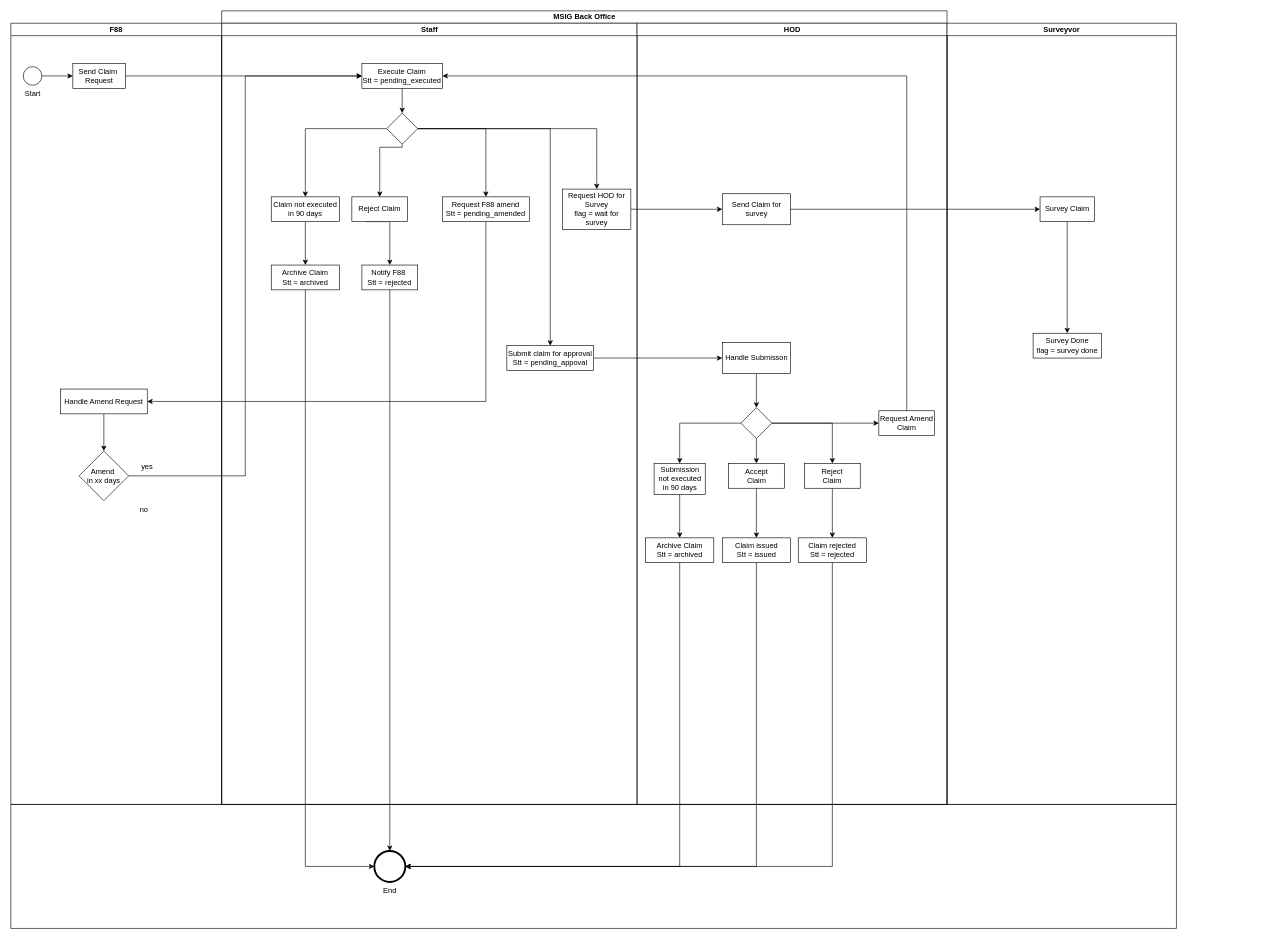
The draw.io diagram Copy of Untitled Diagram.drawio in Chris-25/Book, before the edit. Source tidied: cells renumbered, new cells numbered last; positions are measured from the earlier drawing's top-left corner, leaving out a move shared by most shapes. Both pictures are drawn from the tidied source at 62%, with x=0, y=0 at pixel (11, 11).
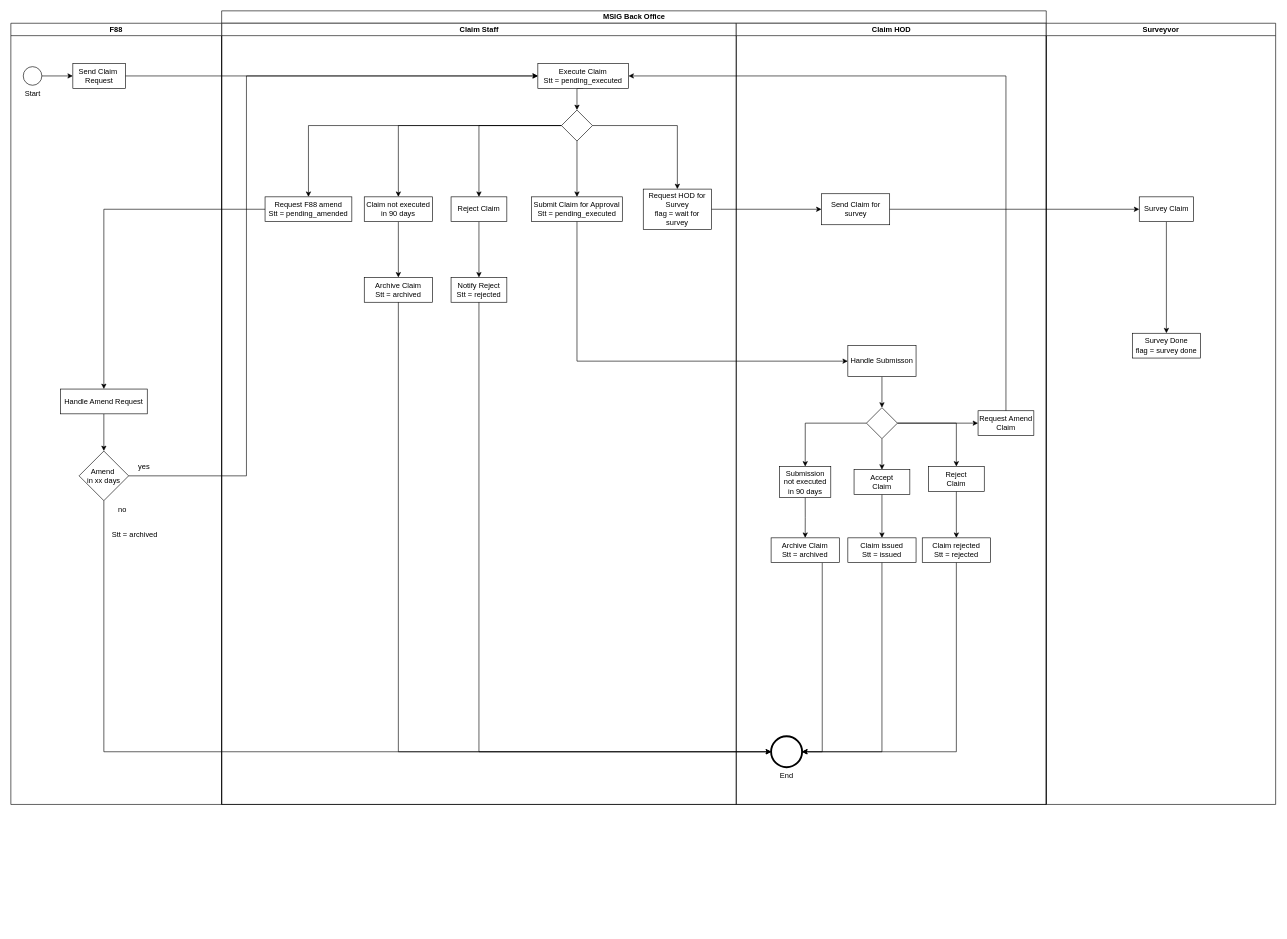
After the change.

Commit message:
Draft Claim

The change refers to these unchanged cells:
```xml
<mxCell id="43" value="F88" style="swimlane;startSize=20;" parent="1" vertex="1">
  <mxGeometry y="20" width="340" height="1260" as="geometry" />
</mxCell>
<mxCell id="48" value="Handle Amend Request" style="rounded=0;whiteSpace=wrap;html=1;" parent="43" vertex="1">
  <mxGeometry x="80" y="590" width="140" height="40" as="geometry" />
</mxCell>
<mxCell id="49" value="Amend&amp;nbsp;&lt;br&gt;in xx days" style="rhombus;whiteSpace=wrap;html=1;" parent="43" vertex="1">
  <mxGeometry x="110" y="690" width="80" height="80" as="geometry" />
</mxCell>
```

What changed in the source:
```diff
@@
     <mxCell id="2" value="MSIG Back Office" style="swimlane;html=1;startSize=20;" parent="1" vertex="1">
-      <mxGeometry x="340" width="1170" height="1280" as="geometry" />
+      <mxGeometry x="340" width="1330" height="1280" as="geometry" />
     </mxCell>
@@
-    <mxCell id="4" style="edgeStyle=orthogonalEdgeStyle;rounded=0;jettySize=auto;html=1;exitX=1;exitY=0.5;exitDx=0;exitDy=0;entryX=0;entryY=0.5;entryDx=0;entryDy=0;" parent="2" edge="1" source="6" target="26">
-      <mxGeometry relative="1" as="geometry" />
-    </mxCell>
-    <mxCell id="5" value="Staff" style="swimlane;html=1;startSize=20;" parent="2" vertex="1">
-      <mxGeometry y="20" width="670" height="1260" as="geometry" />
+    <mxCell id="5" value="Claim Staff" style="swimlane;html=1;startSize=20;" parent="2" vertex="1">
+      <mxGeometry y="20" width="830" height="1260" as="geometry" />
     </mxCell>
-    <mxCell id="6" value="Submit claim for approval&lt;br&gt;Stt = pending_appoval" style="rounded=0;whiteSpace=wrap;html=1;" parent="5" vertex="1">
-      <mxGeometry x="460" y="520" width="140" height="40" as="geometry" />
-    </mxCell>
@@
     <mxCell id="8" value="Execute Claim&lt;br&gt;Stt = pending_executed" style="rounded=0;whiteSpace=wrap;html=1;" parent="5" vertex="1">
-      <mxGeometry x="226.2" y="65" width="130" height="40" as="geometry" />
+      <mxGeometry x="510" y="65" width="146.2" height="40" as="geometry" />
     </mxCell>
@@
+    <mxCell id="12" style="edgeStyle=orthogonalEdgeStyle;rounded=0;jettySize=auto;html=1;entryX=0.5;entryY=0;entryDx=0;entryDy=0;" parent="5" edge="1" source="14" target="21">
+      <mxGeometry relative="1" as="geometry" />
+    </mxCell>
+    <mxCell id="67" style="edgeStyle=orthogonalEdgeStyle;rounded=0;jettySize=auto;html=1;exitX=0.5;exitY=1;exitDx=0;exitDy=0;exitPerimeter=0;entryX=0.5;entryY=0;entryDx=0;entryDy=0;" parent="5" edge="1" source="14" target="69">
+      <mxGeometry relative="1" as="geometry" />
+    </mxCell>
+    <mxCell id="13" style="edgeStyle=orthogonalEdgeStyle;rounded=0;jettySize=auto;html=1;exitX=0;exitY=0.5;exitDx=0;exitDy=0;exitPerimeter=0;entryX=0.5;entryY=0;entryDx=0;entryDy=0;" parent="5" edge="1" source="14" target="22">
+      <mxGeometry relative="1" as="geometry" />
+    </mxCell>
-    <mxCell id="10" style="edgeStyle=orthogonalEdgeStyle;rounded=0;jettySize=auto;html=1;exitX=0.5;exitY=1;exitDx=0;exitDy=0;exitPerimeter=0;entryX=0.5;entryY=0;entryDx=0;entryDy=0;" parent="5" edge="1" source="14" target="18">
-      <mxGeometry relative="1" as="geometry">
-        <Array as="points">
-          <mxPoint x="291" y="200" />
-          <mxPoint x="255" y="200" />
-        </Array>
-      </mxGeometry>
+    <mxCell id="10" style="edgeStyle=orthogonalEdgeStyle;rounded=0;jettySize=auto;html=1;exitX=0;exitY=0.5;exitDx=0;exitDy=0;exitPerimeter=0;entryX=0.5;entryY=0;entryDx=0;entryDy=0;" parent="5" edge="1" source="14" target="18">
+      <mxGeometry relative="1" as="geometry" />
     </mxCell>
-    <mxCell id="11" style="edgeStyle=orthogonalEdgeStyle;rounded=0;jettySize=auto;html=1;exitX=1;exitY=0.5;exitDx=0;exitDy=0;exitPerimeter=0;" parent="5" edge="1" source="14" target="6">
-      <mxGeometry relative="1" as="geometry" />
-    </mxCell>
-    <mxCell id="12" style="edgeStyle=orthogonalEdgeStyle;rounded=0;jettySize=auto;html=1;entryX=0.5;entryY=0;entryDx=0;entryDy=0;" parent="5" edge="1" source="14" target="21">
-      <mxGeometry relative="1" as="geometry" />
-    </mxCell>
-    <mxCell id="13" style="edgeStyle=orthogonalEdgeStyle;rounded=0;jettySize=auto;html=1;exitX=1;exitY=0.5;exitDx=0;exitDy=0;exitPerimeter=0;" parent="5" edge="1" source="14" target="22">
-      <mxGeometry relative="1" as="geometry" />
-    </mxCell>
     <mxCell id="14" style="points=[[0.25,0.25,0],[0.5,0,0],[0.75,0.25,0],[1,0.5,0],[0.75,0.75,0],[0.5,1,0],[0.25,0.75,0],[0,0.5,0]];shape=mxgraph.bpmn.gateway2;html=1;verticalLabelPosition=bottom;labelBackgroundColor=#ffffff;verticalAlign=top;align=center;perimeter=rhombusPerimeter;outlineConnect=0;outline=none;symbol=none;" parent="5" vertex="1">
-      <mxGeometry x="266.2" y="145" width="50" height="50" as="geometry" />
+      <mxGeometry x="548.1" y="140" width="50" height="50" as="geometry" />
     </mxCell>
@@
     <mxCell id="16" value="Claim not executed &lt;br&gt;in 90 days" style="rounded=0;whiteSpace=wrap;html=1;" parent="5" vertex="1">
-      <mxGeometry x="80" y="280" width="110" height="40" as="geometry" />
+      <mxGeometry x="230" y="280" width="110" height="40" as="geometry" />
     </mxCell>
-    <mxCell id="17" style="edgeStyle=orthogonalEdgeStyle;rounded=0;jettySize=auto;html=1;exitX=0.25;exitY=1;exitDx=0;exitDy=0;entryX=0.5;entryY=0;entryDx=0;entryDy=0;" parent="5" edge="1" source="18" target="20">
-      <mxGeometry relative="1" as="geometry">
-        <Array as="points">
-          <mxPoint x="271" y="320" />
-        </Array>
-      </mxGeometry>
-    </mxCell>
+    <mxCell id="68" style="edgeStyle=orthogonalEdgeStyle;rounded=0;jettySize=auto;html=1;exitX=0.5;exitY=1;exitDx=0;exitDy=0;" parent="5" edge="1" source="18" target="70">
+      <mxGeometry relative="1" as="geometry" />
+    </mxCell>
     <mxCell id="18" value="Reject Claim" style="rounded=0;whiteSpace=wrap;html=1;" parent="5" vertex="1">
-      <mxGeometry x="210" y="280" width="90" height="40" as="geometry" />
+      <mxGeometry x="370" y="280" width="90" height="40" as="geometry" />
     </mxCell>
     <mxCell id="19" value="Archive Claim&lt;br&gt;Stt = archived" style="rounded=0;whiteSpace=wrap;html=1;" parent="5" vertex="1">
-      <mxGeometry x="80" y="390" width="110" height="40" as="geometry" />
+      <mxGeometry x="230" y="410" width="110" height="40" as="geometry" />
     </mxCell>
-    <mxCell id="20" value="Notify F88&amp;nbsp;&lt;br&gt;Stt = rejected" style="rounded=0;whiteSpace=wrap;html=1;" parent="5" vertex="1">
-      <mxGeometry x="226.2" y="390" width="90" height="40" as="geometry" />
-    </mxCell>
     <mxCell id="21" value="Request HOD for Survey&lt;br&gt;flag = wait for survey" style="rounded=0;whiteSpace=wrap;html=1;" parent="5" vertex="1">
-      <mxGeometry x="550" y="267.5" width="110" height="65" as="geometry" />
+      <mxGeometry x="680" y="267.5" width="110" height="65" as="geometry" />
     </mxCell>
     <mxCell id="22" value="Request F88 amend&lt;br&gt;Stt = pending_amended" style="rounded=0;whiteSpace=wrap;html=1;" parent="5" vertex="1">
-      <mxGeometry x="356.2" y="280" width="140" height="40" as="geometry" />
+      <mxGeometry x="70" y="280" width="140" height="40" as="geometry" />
     </mxCell>
+    <mxCell id="69" value="Submit Claim for Approval&lt;br&gt;Stt = pending_executed" style="rounded=0;whiteSpace=wrap;html=1;" parent="5" vertex="1">
+      <mxGeometry x="500" y="280" width="146.2" height="40" as="geometry" />
+    </mxCell>
+    <mxCell id="70" value="Notify Reject&lt;br&gt;Stt = rejected" style="rounded=0;whiteSpace=wrap;html=1;" parent="5" vertex="1">
+      <mxGeometry x="370" y="410" width="90" height="40" as="geometry" />
+    </mxCell>
-    <mxCell id="23" value="HOD" style="swimlane;html=1;startSize=20;" parent="2" vertex="1">
-      <mxGeometry x="670" y="20" width="500" height="1260" as="geometry" />
+    <mxCell id="23" value="Claim HOD" style="swimlane;html=1;startSize=20;" parent="2" vertex="1">
+      <mxGeometry x="830" y="20" width="500" height="1260" as="geometry" />
     </mxCell>
@@
     <mxCell id="26" value="Handle Submisson" style="rounded=0;whiteSpace=wrap;html=1;" parent="23" vertex="1">
-      <mxGeometry x="137.5" y="515" width="110" height="50" as="geometry" />
+      <mxGeometry x="180" y="520" width="110" height="50" as="geometry" />
     </mxCell>
@@
     <mxCell id="31" style="points=[[0.25,0.25,0],[0.5,0,0],[0.75,0.25,0],[1,0.5,0],[0.75,0.75,0],[0.5,1,0],[0.25,0.75,0],[0,0.5,0]];shape=mxgraph.bpmn.gateway2;html=1;verticalLabelPosition=bottom;labelBackgroundColor=#ffffff;verticalAlign=top;align=center;perimeter=rhombusPerimeter;outlineConnect=0;outline=none;symbol=none;" parent="23" vertex="1">
-      <mxGeometry x="167.5" y="620" width="50" height="50" as="geometry" />
+      <mxGeometry x="210" y="620" width="50" height="50" as="geometry" />
     </mxCell>
@@
     <mxCell id="33" value="Submission not executed &lt;br&gt;in 90 days" style="rounded=0;whiteSpace=wrap;html=1;" parent="23" vertex="1">
-      <mxGeometry x="27.5" y="710" width="82.5" height="50" as="geometry" />
+      <mxGeometry x="70" y="715" width="82.5" height="50" as="geometry" />
     </mxCell>
+    <mxCell id="62" style="edgeStyle=orthogonalEdgeStyle;rounded=0;jettySize=auto;html=1;exitX=0.75;exitY=1;exitDx=0;exitDy=0;entryX=1;entryY=0.5;entryDx=0;entryDy=0;entryPerimeter=0;" parent="23" edge="1" source="34" target="53">
+      <mxGeometry relative="1" as="geometry" />
+    </mxCell>
     <mxCell id="34" value="Archive Claim&lt;br&gt;Stt = archived" style="rounded=0;whiteSpace=wrap;html=1;" parent="23" vertex="1">
-      <mxGeometry x="13.8" y="830" width="110" height="40" as="geometry" />
+      <mxGeometry x="56.2" y="830" width="110" height="40" as="geometry" />
     </mxCell>
@@
     <mxCell id="36" value="Accept&lt;br&gt;Claim" style="rounded=0;whiteSpace=wrap;html=1;" parent="23" vertex="1">
-      <mxGeometry x="147.5" y="710" width="90" height="40" as="geometry" />
+      <mxGeometry x="190" y="720" width="90" height="40" as="geometry" />
     </mxCell>
     <mxCell id="37" value="Claim issued&lt;br&gt;Stt = issued" style="rounded=0;whiteSpace=wrap;html=1;" parent="23" vertex="1">
-      <mxGeometry x="137.5" y="830" width="110" height="40" as="geometry" />
+      <mxGeometry x="180" y="830" width="110" height="40" as="geometry" />
     </mxCell>
@@
     <mxCell id="39" value="Reject&lt;br&gt;Claim" style="rounded=0;whiteSpace=wrap;html=1;" parent="23" vertex="1">
-      <mxGeometry x="270" y="710" width="90" height="40" as="geometry" />
+      <mxGeometry x="310" y="715" width="90" height="40" as="geometry" />
     </mxCell>
     <mxCell id="40" value="Claim rejected&lt;br&gt;Stt = rejected" style="rounded=0;whiteSpace=wrap;html=1;" parent="23" vertex="1">
-      <mxGeometry x="260" y="830" width="110" height="40" as="geometry" />
+      <mxGeometry x="300" y="830" width="110" height="40" as="geometry" />
     </mxCell>
@@
+    <mxCell id="53" value="End" style="points=[[0.145,0.145,0],[0.5,0,0],[0.855,0.145,0],[1,0.5,0],[0.855,0.855,0],[0.5,1,0],[0.145,0.855,0],[0,0.5,0]];shape=mxgraph.bpmn.event;html=1;verticalLabelPosition=bottom;labelBackgroundColor=#ffffff;verticalAlign=top;align=center;perimeter=ellipsePerimeter;outlineConnect=0;outline=end;symbol=terminate2;" parent="23" vertex="1">
+      <mxGeometry x="56.2" y="1150" width="50" height="50" as="geometry" />
+    </mxCell>
+    <mxCell id="64" style="edgeStyle=orthogonalEdgeStyle;rounded=0;jettySize=auto;html=1;exitX=0.5;exitY=1;exitDx=0;exitDy=0;entryX=1;entryY=0.5;entryDx=0;entryDy=0;entryPerimeter=0;" parent="23" edge="1" source="40" target="53">
+      <mxGeometry relative="1" as="geometry" />
+    </mxCell>
+    <mxCell id="63" style="edgeStyle=orthogonalEdgeStyle;rounded=0;jettySize=auto;html=1;exitX=0.5;exitY=1;exitDx=0;exitDy=0;entryX=1;entryY=0.5;entryDx=0;entryDy=0;entryPerimeter=0;" parent="23" edge="1" source="37" target="53">
+      <mxGeometry relative="1" as="geometry" />
+    </mxCell>
@@
+    <mxCell id="56" style="edgeStyle=orthogonalEdgeStyle;rounded=0;jettySize=auto;html=1;exitX=0.5;exitY=1;exitDx=0;exitDy=0;entryX=0;entryY=0.5;entryDx=0;entryDy=0;entryPerimeter=0;" parent="2" edge="1" source="19" target="53">
+      <mxGeometry relative="1" as="geometry" />
+    </mxCell>
+    <mxCell id="71" style="edgeStyle=orthogonalEdgeStyle;rounded=0;jettySize=auto;html=1;exitX=0.5;exitY=1;exitDx=0;exitDy=0;entryX=0;entryY=0.5;entryDx=0;entryDy=0;" parent="2" edge="1" source="69" target="26">
+      <mxGeometry relative="1" as="geometry" />
+    </mxCell>
+    <mxCell id="72" style="edgeStyle=orthogonalEdgeStyle;rounded=0;jettySize=auto;html=1;exitX=0.5;exitY=1;exitDx=0;exitDy=0;entryX=0;entryY=0.5;entryDx=0;entryDy=0;entryPerimeter=0;" parent="2" edge="1" source="70" target="53">
+      <mxGeometry relative="1" as="geometry" />
+    </mxCell>
@@
     <mxCell id="50" value="yes" style="text;html=1;strokeColor=none;fillColor=none;align=center;verticalAlign=middle;whiteSpace=wrap;rounded=0;" parent="43" vertex="1">
-      <mxGeometry x="190" y="700" width="60" height="30" as="geometry" />
+      <mxGeometry x="185" y="700" width="60" height="30" as="geometry" />
     </mxCell>
     <mxCell id="51" value="no" style="text;html=1;strokeColor=none;fillColor=none;align=center;verticalAlign=middle;whiteSpace=wrap;rounded=0;" parent="43" vertex="1">
-      <mxGeometry x="185" y="770" width="60" height="30" as="geometry" />
+      <mxGeometry x="150" y="770" width="60" height="30" as="geometry" />
     </mxCell>
-    <mxCell id="52" style="swimlane;startSize=0;" parent="1" vertex="1">
-      <mxGeometry y="1280" width="1880" height="200" as="geometry" />
-    </mxCell>
-    <mxCell id="53" value="End" style="points=[[0.145,0.145,0],[0.5,0,0],[0.855,0.145,0],[1,0.5,0],[0.855,0.855,0],[0.5,1,0],[0.145,0.855,0],[0,0.5,0]];shape=mxgraph.bpmn.event;html=1;verticalLabelPosition=bottom;labelBackgroundColor=#ffffff;verticalAlign=top;align=center;perimeter=ellipsePerimeter;outlineConnect=0;outline=end;symbol=terminate2;" parent="52" vertex="1">
-      <mxGeometry x="586.2" y="75" width="50" height="50" as="geometry" />
-    </mxCell>
+    <mxCell id="73" value="Stt = archived" style="text;html=1;strokeColor=none;fillColor=none;align=center;verticalAlign=middle;whiteSpace=wrap;rounded=0;" parent="43" vertex="1">
+      <mxGeometry x="160" y="810" width="80" height="30" as="geometry" />
+    </mxCell>
@@
-    <mxCell id="55" style="edgeStyle=orthogonalEdgeStyle;rounded=0;jettySize=auto;html=1;exitX=0.5;exitY=1;exitDx=0;exitDy=0;entryX=0.5;entryY=0;entryDx=0;entryDy=0;entryPerimeter=0;" parent="1" edge="1" source="20" target="53">
-      <mxGeometry relative="1" as="geometry" />
-    </mxCell>
-    <mxCell id="56" style="edgeStyle=orthogonalEdgeStyle;rounded=0;jettySize=auto;html=1;exitX=0.5;exitY=1;exitDx=0;exitDy=0;entryX=0;entryY=0.5;entryDx=0;entryDy=0;entryPerimeter=0;" parent="1" edge="1" source="19" target="53">
-      <mxGeometry relative="1" as="geometry" />
-    </mxCell>
     <mxCell id="57" value="Surveyvor" style="swimlane;startSize=20;" parent="1" vertex="1">
-      <mxGeometry x="1510" y="20" width="370" height="1260" as="geometry" />
+      <mxGeometry x="1670" y="20" width="370" height="1260" as="geometry" />
     </mxCell>
@@
-    <mxCell id="62" style="edgeStyle=orthogonalEdgeStyle;rounded=0;jettySize=auto;html=1;exitX=0.5;exitY=1;exitDx=0;exitDy=0;entryX=1;entryY=0.5;entryDx=0;entryDy=0;entryPerimeter=0;" parent="1" edge="1" source="34" target="53">
-      <mxGeometry relative="1" as="geometry" />
-    </mxCell>
-    <mxCell id="63" style="edgeStyle=orthogonalEdgeStyle;rounded=0;jettySize=auto;html=1;exitX=0.5;exitY=1;exitDx=0;exitDy=0;entryX=1;entryY=0.5;entryDx=0;entryDy=0;entryPerimeter=0;" parent="1" edge="1" source="37" target="53">
-      <mxGeometry relative="1" as="geometry" />
-    </mxCell>
-    <mxCell id="64" style="edgeStyle=orthogonalEdgeStyle;rounded=0;jettySize=auto;html=1;exitX=0.5;exitY=1;exitDx=0;exitDy=0;entryX=1;entryY=0.5;entryDx=0;entryDy=0;entryPerimeter=0;" parent="1" edge="1" source="40" target="53">
-      <mxGeometry relative="1" as="geometry" />
-    </mxCell>
+    <mxCell id="66" style="edgeStyle=orthogonalEdgeStyle;rounded=0;jettySize=auto;html=1;exitX=1;exitY=0.5;exitDx=0;exitDy=0;entryX=0;entryY=0.5;entryDx=0;entryDy=0;" parent="1" edge="1" source="49" target="8">
+      <mxGeometry relative="1" as="geometry">
+        <Array as="points">
+          <mxPoint x="380" y="750" />
+          <mxPoint x="380" y="105" />
+        </Array>
+      </mxGeometry>
+    </mxCell>
+    <mxCell id="74" style="edgeStyle=orthogonalEdgeStyle;rounded=0;jettySize=auto;html=1;exitX=0.5;exitY=1;exitDx=0;exitDy=0;entryX=0;entryY=0.5;entryDx=0;entryDy=0;entryPerimeter=0;" parent="1" edge="1" source="49" target="53">
+      <mxGeometry relative="1" as="geometry" />
+    </mxCell>
-    <mxCell id="65" style="edgeStyle=orthogonalEdgeStyle;rounded=0;jettySize=auto;html=1;exitX=0.5;exitY=1;exitDx=0;exitDy=0;entryX=1;entryY=0.5;entryDx=0;entryDy=0;" parent="1" edge="1" source="22" target="48">
+    <mxCell id="65" style="edgeStyle=orthogonalEdgeStyle;rounded=0;jettySize=auto;html=1;exitX=0;exitY=0.5;exitDx=0;exitDy=0;entryX=0.5;entryY=0;entryDx=0;entryDy=0;" parent="1" edge="1" source="22" target="48">
       <mxGeometry relative="1" as="geometry" />
     </mxCell>
-    <mxCell id="66" style="edgeStyle=orthogonalEdgeStyle;rounded=0;jettySize=auto;html=1;exitX=1;exitY=0.5;exitDx=0;exitDy=0;entryX=0;entryY=0.5;entryDx=0;entryDy=0;" parent="1" edge="1" source="49" target="8">
-      <mxGeometry relative="1" as="geometry" />
-    </mxCell>
```
